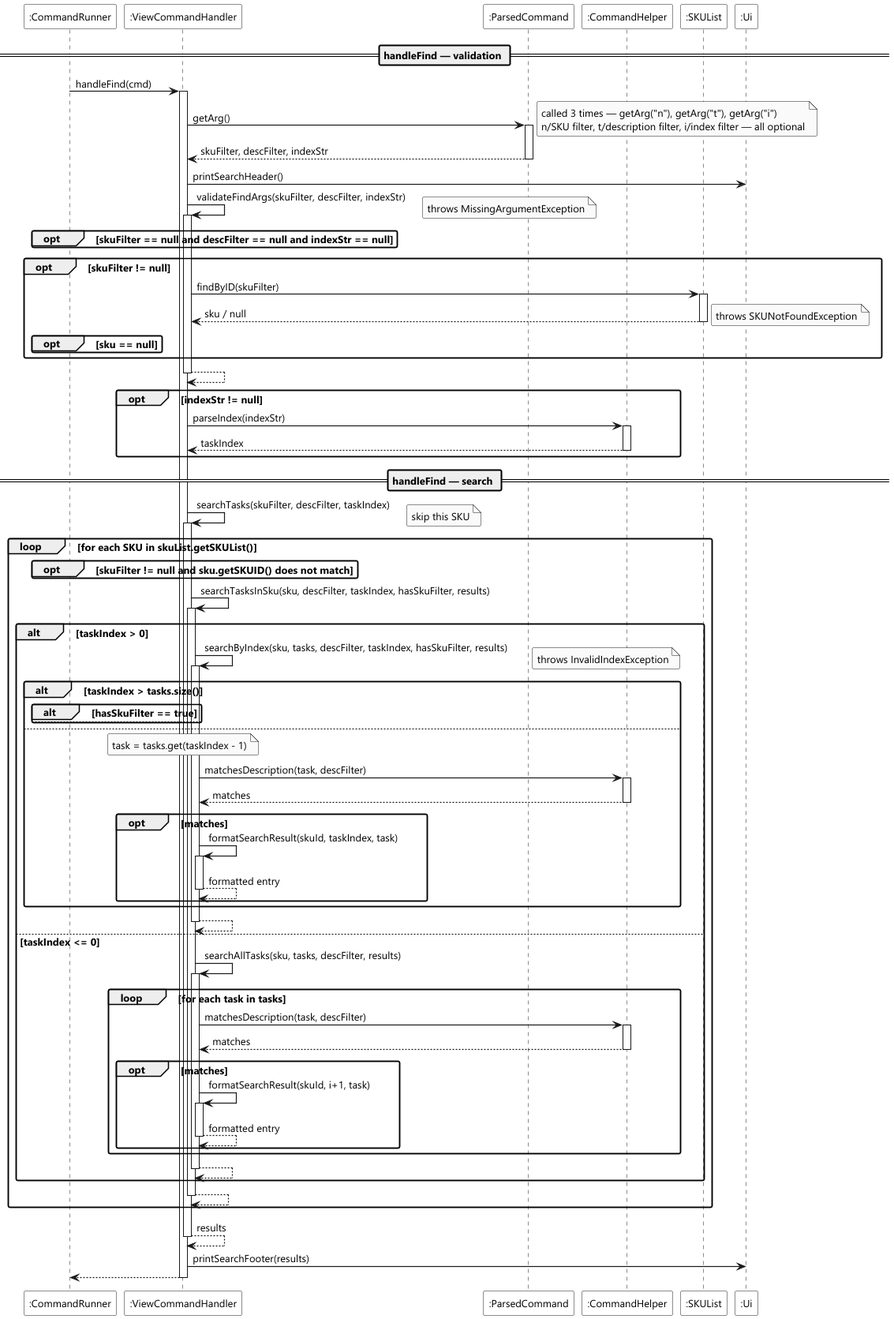
This is docs/diagrams/command/find-sequence.png from heehaw1234/tp, a PlantUML export, as it was before one commit.
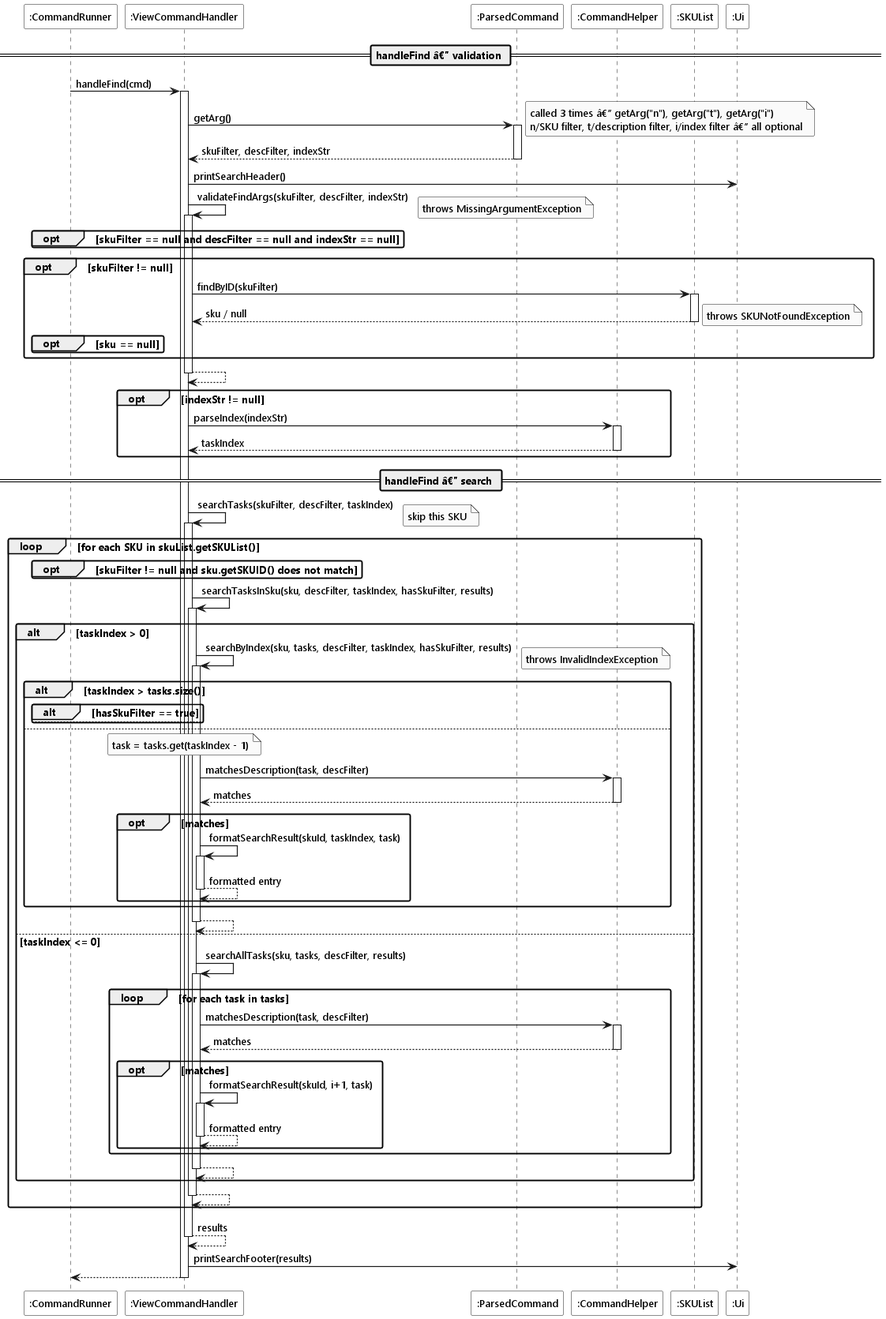
The same file after the commit.

Change to the diagram source:
```diff
@@ -8,12 +8,12 @@
 Participant ":SKUList" as skuList MODEL_COLOR
 Participant ":Ui" as ui UI_COLOR
 
-== handleFind — validation ==
+== handleFind â€” validation ==
 
 runner -> handler ++ : handleFind(cmd)
 
 handler -> cmd ++ : getArg()
-note right : called 3 times — getArg("n"), getArg("t"), getArg("i")\nn/SKU filter, t/description filter, i/index filter — all optional
+note right : called 3 times â€” getArg("n"), getArg("t"), getArg("i")\nn/SKU filter, t/description filter, i/index filter â€” all optional
 return skuFilter, descFilter, indexStr
 
 handler -> ui : printSearchHeader()
@@ -40,7 +40,7 @@
     return taskIndex
 end
 
-== handleFind — search ==
+== handleFind â€” search ==
 
 handler -> handler ++ : searchTasks(skuFilter, descFilter, taskIndex)
 
```
